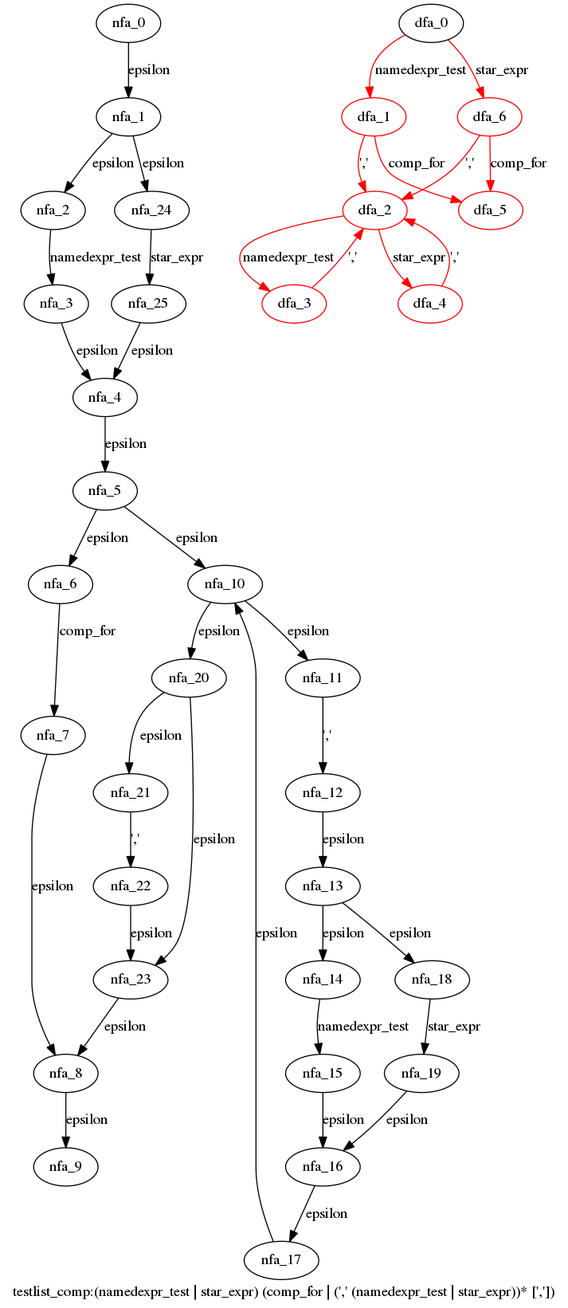
The Graphviz diagram cpython/grammar/handwrite/nfa_dfas/70.testlist_comp.dot.png in WinChua/blog, before a commit. Its source is kept beside it as cpython/grammar/handwrite/nfa_dfas/70.testlist_comp.dot. Its diagram source:
```dot
digraph testlist_comp {
 graph[label="testlist_comp:(namedexpr_test | star_expr) (comp_for | (',' (namedexpr_test | star_expr))* [','])"]
 subgraph testlist_comp_nfa {
  nfa_0->nfa_1[label="epsilon"]
  nfa_1->nfa_2[label="epsilon"]
  nfa_2->nfa_3[label="namedexpr_test"]
  nfa_3->nfa_4[label="epsilon"]
  nfa_4->nfa_5[label="epsilon"]
  nfa_5->nfa_6[label="epsilon"]
  nfa_6->nfa_7[label="comp_for"]
  nfa_7->nfa_8[label="epsilon"]
  nfa_8->nfa_9[label="epsilon"]
  nfa_5->nfa_10[label="epsilon"]
  nfa_10->nfa_11[label="epsilon"]
  nfa_11->nfa_12[label="','"]
  nfa_12->nfa_13[label="epsilon"]
  nfa_13->nfa_14[label="epsilon"]
  nfa_14->nfa_15[label="namedexpr_test"]
  nfa_15->nfa_16[label="epsilon"]
  nfa_16->nfa_17[label="epsilon"]
  nfa_17->nfa_10[label="epsilon"]
  nfa_13->nfa_18[label="epsilon"]
  nfa_18->nfa_19[label="star_expr"]
  nfa_19->nfa_16[label="epsilon"]
  nfa_10->nfa_20[label="epsilon"]
  nfa_20->nfa_21[label="epsilon"]
  nfa_21->nfa_22[label="','"]
  nfa_22->nfa_23[label="epsilon"]
  nfa_23->nfa_8[label="epsilon"]
  nfa_20->nfa_23[label="epsilon"]
  nfa_1->nfa_24[label="epsilon"]
  nfa_24->nfa_25[label="star_expr"]
  nfa_25->nfa_4[label="epsilon"]
  }
 subgraph testlist_comp_dfa {
  dfa_0->dfa_1[label="namedexpr_test",color=red]
  dfa_1->dfa_2[label="','",color=red]
  dfa_2->dfa_3[label="namedexpr_test",color=red]
  dfa_3->dfa_2[label="','",color=red]
  dfa_2->dfa_4[label="star_expr",color=red]
  dfa_4->dfa_2[label="','",color=red]
  dfa_1->dfa_5[label="comp_for",color=red]
  dfa_0->dfa_6[label="star_expr",color=red]
  dfa_6->dfa_2[label="','",color=red]
  dfa_6->dfa_5[label="comp_for",color=red]
  dfa_1[color=red]
  dfa_2[color=red]
  dfa_3[color=red]
  dfa_4[color=red]
  dfa_5[color=red]
  dfa_6[color=red]
  }
}
```
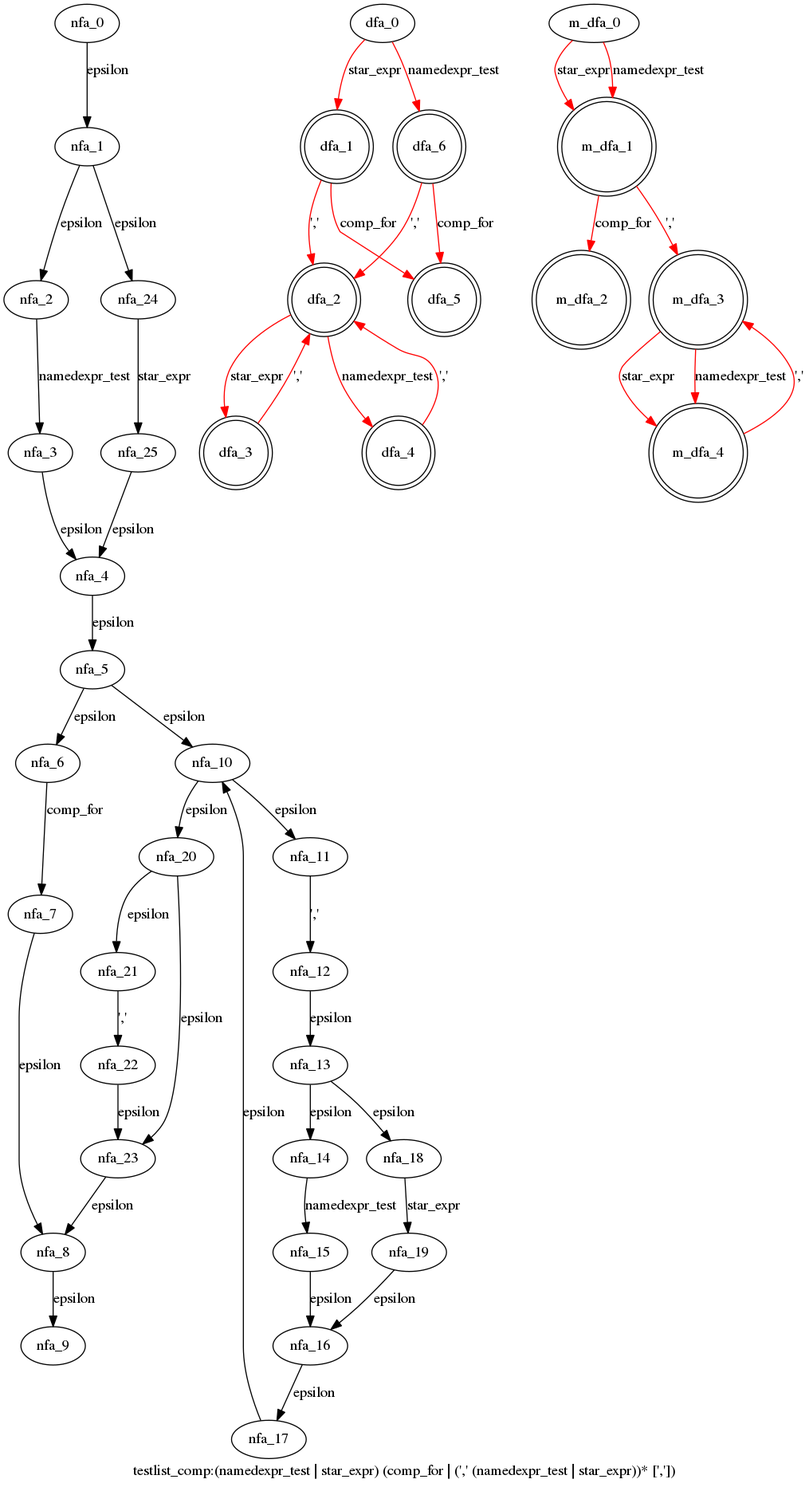
Above is the later version.

The edit, as a diff of the source:
```diff
@@ -33,21 +33,34 @@
   nfa_25->nfa_4[label="epsilon"]
   }
  subgraph testlist_comp_dfa {
-  dfa_0->dfa_1[label="namedexpr_test",color=red]
+  dfa_0->dfa_1[label="star_expr",color=red]
   dfa_1->dfa_2[label="','",color=red]
-  dfa_2->dfa_3[label="namedexpr_test",color=red]
+  dfa_2->dfa_3[label="star_expr",color=red]
   dfa_3->dfa_2[label="','",color=red]
-  dfa_2->dfa_4[label="star_expr",color=red]
+  dfa_2->dfa_4[label="namedexpr_test",color=red]
   dfa_4->dfa_2[label="','",color=red]
   dfa_1->dfa_5[label="comp_for",color=red]
-  dfa_0->dfa_6[label="star_expr",color=red]
+  dfa_0->dfa_6[label="namedexpr_test",color=red]
   dfa_6->dfa_2[label="','",color=red]
   dfa_6->dfa_5[label="comp_for",color=red]
-  dfa_1[color=red]
-  dfa_2[color=red]
-  dfa_3[color=red]
-  dfa_4[color=red]
-  dfa_5[color=red]
-  dfa_6[color=red]
+  dfa_1[shape=doublecircle]
+  dfa_2[shape=doublecircle]
+  dfa_3[shape=doublecircle]
+  dfa_4[shape=doublecircle]
+  dfa_5[shape=doublecircle]
+  dfa_6[shape=doublecircle]
+  }
+ subgraph testlist_comp_m_dfa {
+  m_dfa_0->m_dfa_1[label="star_expr",color=red]
+  m_dfa_1->m_dfa_2[label="comp_for",color=red]
+  m_dfa_1->m_dfa_3[label="','",color=red]
+  m_dfa_3->m_dfa_4[label="star_expr",color=red]
+  m_dfa_4->m_dfa_3[label="','",color=red]
+  m_dfa_3->m_dfa_4[label="namedexpr_test",color=red]
+  m_dfa_0->m_dfa_1[label="namedexpr_test",color=red]
+  m_dfa_1[shape=doublecircle]
+  m_dfa_2[shape=doublecircle]
+  m_dfa_3[shape=doublecircle]
+  m_dfa_4[shape=doublecircle]
   }
 }
```
